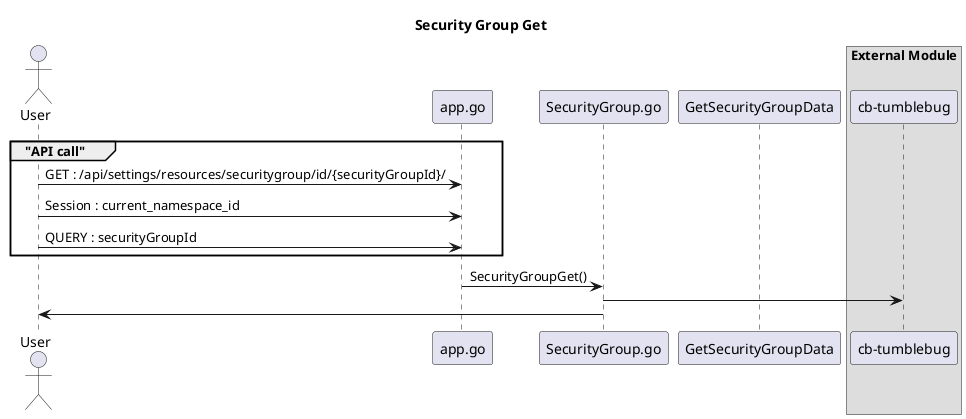
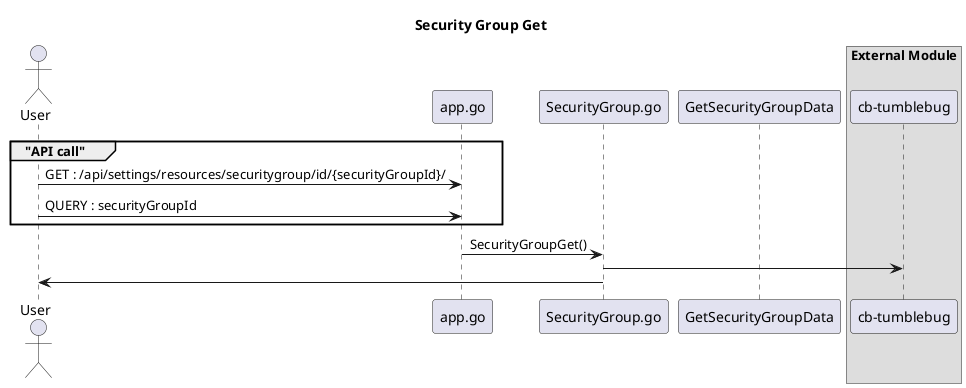
@startuml

title "Security Group Get"
actor User as user
participant "app.go" as app
participant "SecurityGroup.go" as route
participant "GetSecurityGroupData" as habdler

box "External Module"
participant "cb-tumblebug" as tumblebug

group "API call"
user -> app : GET : /api/settings/resources/securitygroup/id/{securityGroupId}/
- user -> app : Session : current_namespace_id
user -> app : QUERY : securityGroupId
end
app -> route : SecurityGroupGet()
route -> tumblebug

user <- route

@enduml